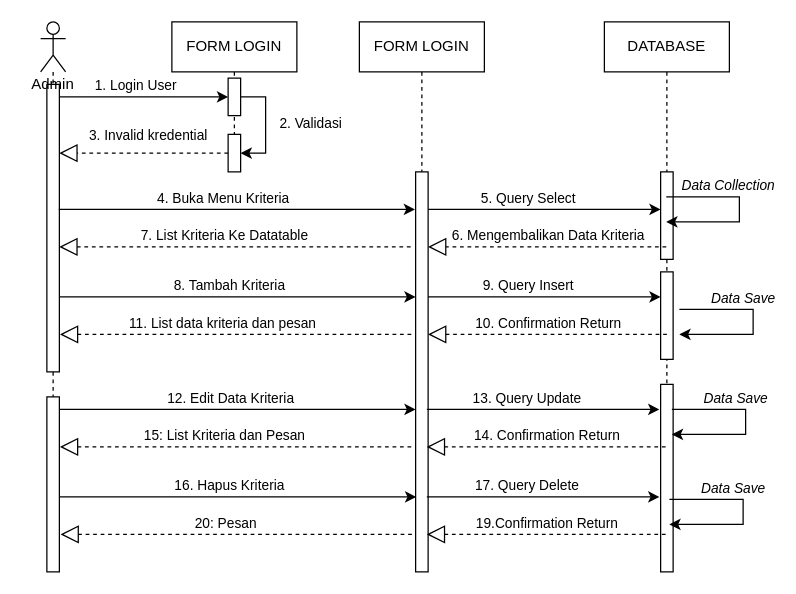
Above: page "SQ.KRITERIA" (10 of 13) of SAW-SIPRES.drawio in ArtEnginer/UML-DIAGRAM (draw.io), before the change. Source tidied: cells renumbered, new cells numbered last; positions are measured from the earlier drawing's top-left corner, leaving out a move shared by most shapes. Both pictures are drawn from the tidied source at 125%, with x=0, y=0 at pixel (21, 21).
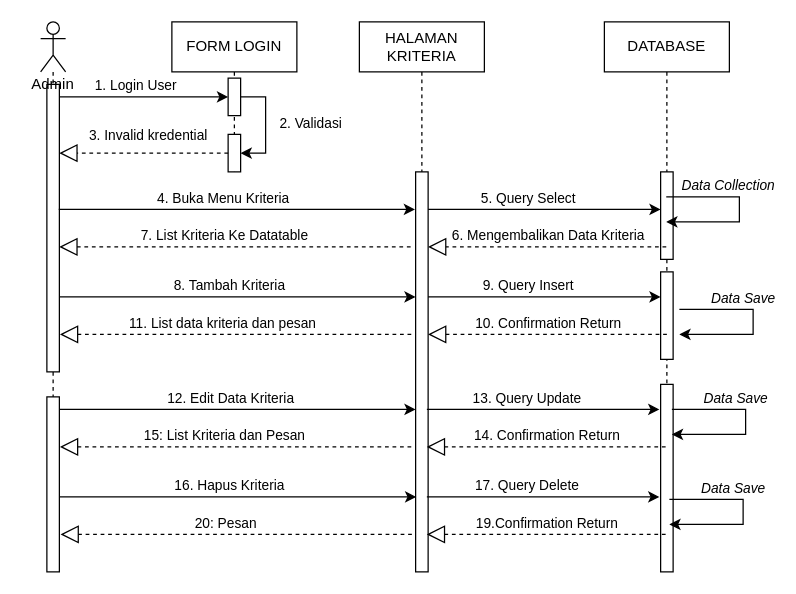
Above is the later version.

The edit, as a diff of the source:
```diff
@@
-    <mxCell id="16" value="FORM LOGIN" style="shape=umlLifeline;perimeter=lifelinePerimeter;whiteSpace=wrap;html=1;newEdgeStyle={&quot;curved&quot;:0,&quot;rounded&quot;:0};" parent="1" vertex="1">
+    <mxCell id="16" value="HALAMAN KRITERIA" style="shape=umlLifeline;perimeter=lifelinePerimeter;whiteSpace=wrap;html=1;newEdgeStyle={&quot;curved&quot;:0,&quot;rounded&quot;:0};" parent="1" vertex="1">
       <mxGeometry x="270" width="100" height="440" as="geometry" />
     </mxCell>
```
